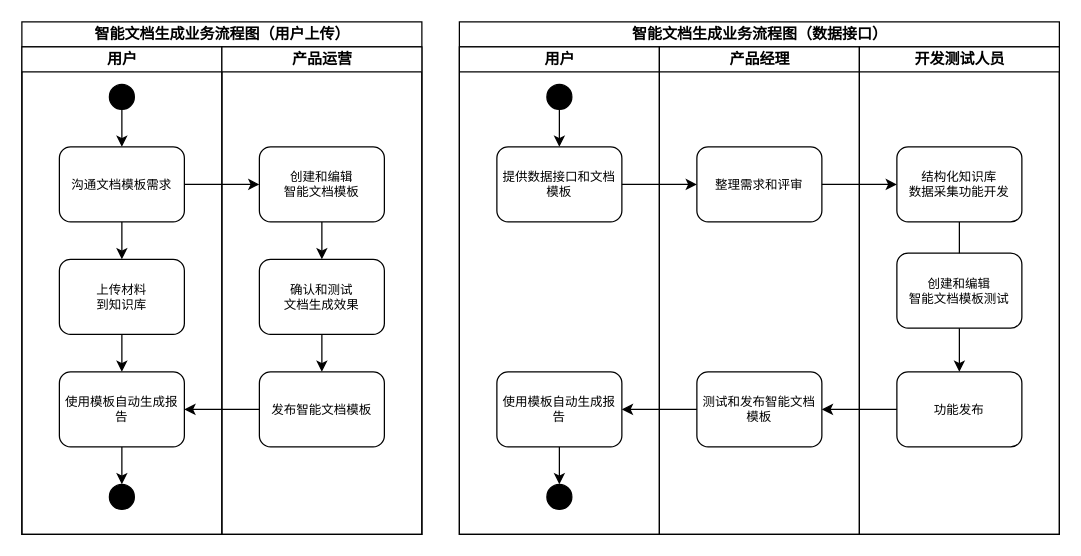
hwt5813780/car keeps this draw.io diagram as 智能体.drawio. Above is the earlier version. Source tidied: cells renumbered, new cells numbered last; positions are measured from the earlier drawing's top-left corner, leaving out a move shared by most shapes. Both pictures are drawn from the tidied source at 125%, with x=0, y=0 at pixel (21, 21).
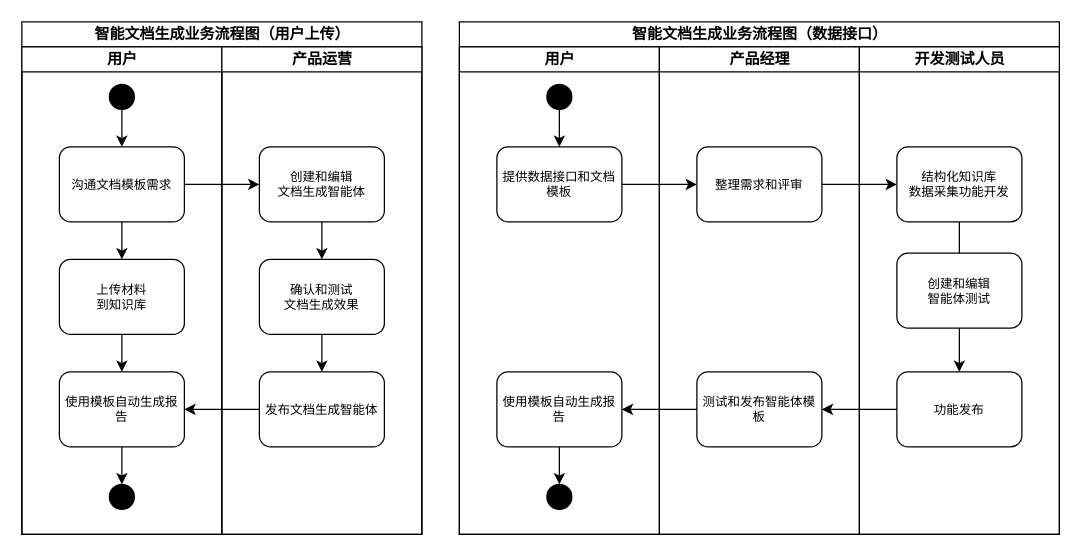
After the change.

Commit message:
更新智能体.drawio

The change refers to these unchanged cells:
```xml
<mxCell id="13" value="产品运营" style="swimlane;html=1;startSize=20;" parent="2" vertex="1">
  <mxGeometry x="160" y="20" width="160" height="390" as="geometry" />
</mxCell>
<mxCell id="29" value="产品经理" style="swimlane;html=1;startSize=20;" parent="21" vertex="1">
  <mxGeometry x="160" y="20" width="160" height="390" as="geometry" />
</mxCell>
<mxCell id="34" value="开发测试人员" style="swimlane;html=1;startSize=20;" parent="1" vertex="1">
  <mxGeometry x="670" y="20" width="160" height="390" as="geometry" />
</mxCell>
```

What changed in the source:
```diff
@@
-    <mxCell id="15" value="创建和编辑&lt;br&gt;智能文档模板" style="rounded=1;whiteSpace=wrap;html=1;shadow=0;labelBackgroundColor=none;strokeWidth=1;fontFamily=Verdana;fontSize=10;align=center;" parent="13" vertex="1">
+    <mxCell id="15" value="创建和编辑&lt;br&gt;文档生成智能体" style="rounded=1;whiteSpace=wrap;html=1;shadow=0;labelBackgroundColor=none;strokeWidth=1;fontFamily=Verdana;fontSize=10;align=center;" parent="13" vertex="1">
       <mxGeometry x="30" y="80" width="100" height="60" as="geometry" />
     </mxCell>
@@
-    <mxCell id="18" value="发布智能文档模板" style="rounded=1;whiteSpace=wrap;html=1;shadow=0;labelBackgroundColor=none;strokeWidth=1;fontFamily=Verdana;fontSize=10;align=center;" parent="13" vertex="1">
+    <mxCell id="18" value="发布文档生成智能体" style="rounded=1;whiteSpace=wrap;html=1;shadow=0;labelBackgroundColor=none;strokeWidth=1;fontFamily=Verdana;fontSize=10;align=center;" parent="13" vertex="1">
       <mxGeometry x="30" y="260" width="100" height="60" as="geometry" />
     </mxCell>
@@
-    <mxCell id="31" value="测试和发布智能文档模板" style="rounded=1;whiteSpace=wrap;html=1;shadow=0;labelBackgroundColor=none;strokeWidth=1;fontFamily=Verdana;fontSize=10;align=center;" parent="29" vertex="1">
+    <mxCell id="31" value="测试和发布智能体模板" style="rounded=1;whiteSpace=wrap;html=1;shadow=0;labelBackgroundColor=none;strokeWidth=1;fontFamily=Verdana;fontSize=10;align=center;" parent="29" vertex="1">
       <mxGeometry x="30" y="260" width="100" height="60" as="geometry" />
     </mxCell>
@@
-    <mxCell id="38" value="创建和编辑&lt;br&gt;智能文档模板测试" style="rounded=1;whiteSpace=wrap;html=1;shadow=0;labelBackgroundColor=none;strokeWidth=1;fontFamily=Verdana;fontSize=10;align=center;" parent="34" vertex="1">
+    <mxCell id="38" value="创建和编辑&lt;br&gt;智能体测试" style="rounded=1;whiteSpace=wrap;html=1;shadow=0;labelBackgroundColor=none;strokeWidth=1;fontFamily=Verdana;fontSize=10;align=center;" parent="34" vertex="1">
       <mxGeometry x="30" y="165" width="100" height="60" as="geometry" />
     </mxCell>
```
